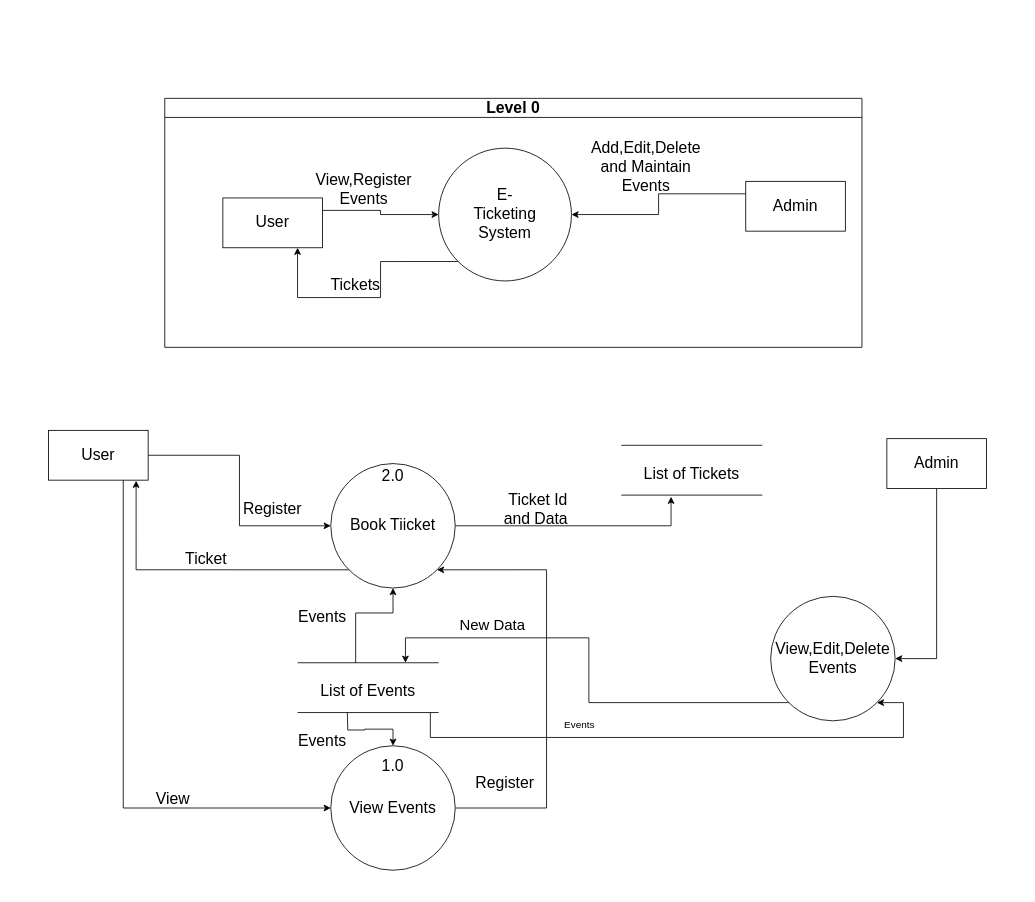
This is swmline.drawio from AyushKrSingh000/Software-Engineering, a draw.io file, before an edit. Source tidied: cells renumbered, new cells numbered last; positions are measured from the earlier drawing's top-left corner, leaving out a move shared by most shapes. Both pictures are drawn from the tidied source at 83%, with x=0, y=0 at pixel (48, 98).
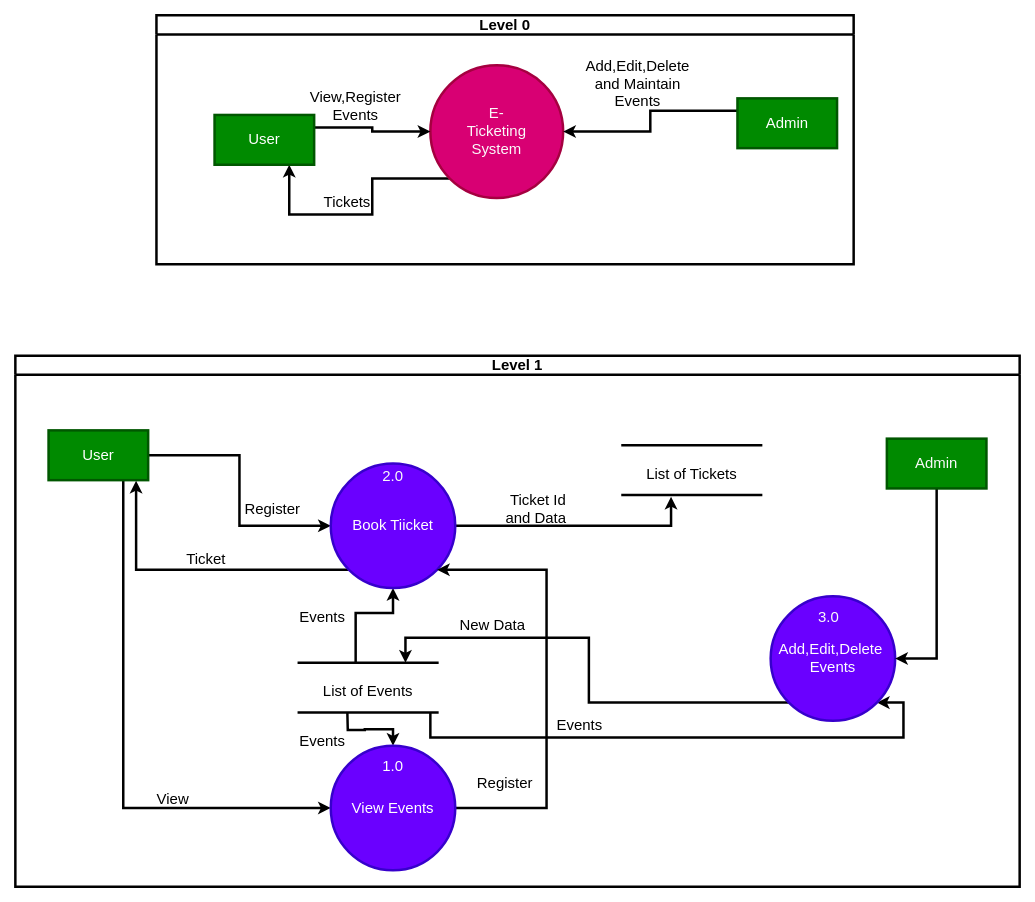
The same diagram, later.

Commit message (it also covers changes not shown here):
final dfd diagram

Change to the diagram source:
```diff
@@
-    <mxCell id="2" style="edgeStyle=orthogonalEdgeStyle;rounded=0;jettySize=auto;html=1;exitX=0;exitY=1;exitDx=0;exitDy=0;entryX=0.75;entryY=1;entryDx=0;entryDy=0;fontSize=19;" parent="1" edge="1" source="3" target="6">
-      <mxGeometry relative="1" as="geometry" />
-    </mxCell>
-    <mxCell id="3" style="ellipse;whiteSpace=wrap;html=1;fontSize=19;" parent="1" vertex="1">
-      <mxGeometry x="470" y="60" width="160" height="160" as="geometry" />
-    </mxCell>
-    <mxCell id="4" value="&lt;font style=&quot;font-size: 19px;&quot;&gt;E-Ticketing System&lt;/font&gt;" style="text;html=1;strokeColor=none;fillColor=none;align=center;verticalAlign=middle;whiteSpace=wrap;rounded=0;fontSize=19;" parent="1" vertex="1">
-      <mxGeometry x="520" y="125" width="60" height="30" as="geometry" />
-    </mxCell>
-    <mxCell id="5" style="edgeStyle=orthogonalEdgeStyle;rounded=0;jettySize=auto;html=1;exitX=1;exitY=0.25;exitDx=0;exitDy=0;entryX=0;entryY=0.5;entryDx=0;entryDy=0;fontSize=19;" parent="1" edge="1" source="6" target="3">
-      <mxGeometry relative="1" as="geometry" />
-    </mxCell>
-    <mxCell id="6" value="User" style="rounded=0;whiteSpace=wrap;html=1;fontSize=19;" parent="1" vertex="1">
-      <mxGeometry x="210" y="120" width="120" height="60" as="geometry" />
-    </mxCell>
-    <mxCell id="7" value="Tickets" style="text;html=1;strokeColor=none;fillColor=none;align=center;verticalAlign=middle;whiteSpace=wrap;rounded=0;fontSize=19;" parent="1" vertex="1">
-      <mxGeometry x="340" y="210" width="60" height="30" as="geometry" />
-    </mxCell>
-    <mxCell id="8" style="edgeStyle=orthogonalEdgeStyle;rounded=0;jettySize=auto;html=1;exitX=0;exitY=0.25;exitDx=0;exitDy=0;entryX=1;entryY=0.5;entryDx=0;entryDy=0;fontSize=19;" parent="1" edge="1" source="10" target="3">
-      <mxGeometry relative="1" as="geometry" />
-    </mxCell>
-    <mxCell id="9" value="Level 0" style="swimlane;whiteSpace=wrap;html=1;fontSize=19;" parent="1" vertex="1">
-      <mxGeometry x="140" width="840" height="300" as="geometry" />
-    </mxCell>
-    <mxCell id="10" value="Admin" style="rounded=0;whiteSpace=wrap;html=1;fontSize=19;" parent="9" vertex="1">
-      <mxGeometry x="700" y="100" width="120" height="60" as="geometry" />
-    </mxCell>
-    <mxCell id="11" value="Add,Edit,Delete and Maintain Events" style="text;html=1;strokeColor=none;fillColor=none;align=center;verticalAlign=middle;whiteSpace=wrap;rounded=0;fontSize=19;" parent="9" vertex="1">
-      <mxGeometry x="530" y="60" width="100" height="45" as="geometry" />
-    </mxCell>
-    <mxCell id="12" value="View,Register Events" style="text;html=1;strokeColor=none;fillColor=none;align=center;verticalAlign=middle;whiteSpace=wrap;rounded=0;fontSize=19;" parent="9" vertex="1">
-      <mxGeometry x="200" y="90" width="80" height="40" as="geometry" />
-    </mxCell>
-    <mxCell id="13" style="edgeStyle=orthogonalEdgeStyle;rounded=0;jettySize=auto;html=1;exitX=1;exitY=0.5;exitDx=0;exitDy=0;entryX=0;entryY=0.5;entryDx=0;entryDy=0;fontSize=19;" parent="1" edge="1" source="15" target="19">
+    <mxCell id="13" style="edgeStyle=orthogonalEdgeStyle;rounded=0;jettySize=auto;html=1;exitX=1;exitY=0.5;exitDx=0;exitDy=0;entryX=0;entryY=0.5;entryDx=0;entryDy=0;fontSize=18;strokeWidth=3;" parent="1" edge="1" source="15" target="19">
       <mxGeometry relative="1" as="geometry" />
     </mxCell>
-    <mxCell id="14" style="edgeStyle=orthogonalEdgeStyle;rounded=0;jettySize=auto;html=1;exitX=0.75;exitY=1;exitDx=0;exitDy=0;entryX=0;entryY=0.5;entryDx=0;entryDy=0;fontSize=19;" parent="1" edge="1" source="15" target="23">
+    <mxCell id="14" style="edgeStyle=orthogonalEdgeStyle;rounded=0;jettySize=auto;html=1;exitX=0.75;exitY=1;exitDx=0;exitDy=0;entryX=0;entryY=0.5;entryDx=0;entryDy=0;fontSize=18;strokeWidth=3;" parent="1" edge="1" source="15" target="23">
       <mxGeometry relative="1" as="geometry" />
     </mxCell>
-    <mxCell id="15" value="User" style="rounded=0;whiteSpace=wrap;html=1;fontSize=19;" parent="1" vertex="1">
+    <mxCell id="15" value="User" style="rounded=0;whiteSpace=wrap;html=1;fontSize=18;fontColor=#ffffff;fillColor=#008a00;strokeColor=#005700;strokeWidth=3;" parent="1" vertex="1">
       <mxGeometry y="400" width="120" height="60" as="geometry" />
     </mxCell>
-    <mxCell id="16" style="edgeStyle=orthogonalEdgeStyle;rounded=0;jettySize=auto;html=1;entryX=0.5;entryY=1;entryDx=0;entryDy=0;fontSize=19;" parent="1" edge="1" target="19">
+    <mxCell id="16" style="edgeStyle=orthogonalEdgeStyle;rounded=0;jettySize=auto;html=1;entryX=0.5;entryY=1;entryDx=0;entryDy=0;fontSize=18;strokeWidth=3;" parent="1" edge="1" target="19">
       <mxGeometry relative="1" as="geometry">
         <mxPoint x="370" y="680" as="sourcePoint" />
         <Array as="points">
           <mxPoint x="370" y="620" />
           <mxPoint x="415" y="620" />
         </Array>
       </mxGeometry>
     </mxCell>
-    <mxCell id="17" style="edgeStyle=orthogonalEdgeStyle;rounded=0;jettySize=auto;html=1;exitX=0;exitY=1;exitDx=0;exitDy=0;entryX=0.879;entryY=1.012;entryDx=0;entryDy=0;entryPerimeter=0;fontSize=19;" parent="1" edge="1" source="19" target="15">
+    <mxCell id="17" style="edgeStyle=orthogonalEdgeStyle;rounded=0;jettySize=auto;html=1;exitX=0;exitY=1;exitDx=0;exitDy=0;entryX=0.879;entryY=1.012;entryDx=0;entryDy=0;entryPerimeter=0;fontSize=18;strokeWidth=3;" parent="1" edge="1" source="19" target="15">
       <mxGeometry relative="1" as="geometry" />
     </mxCell>
-    <mxCell id="18" style="edgeStyle=orthogonalEdgeStyle;rounded=0;jettySize=auto;html=1;exitX=1;exitY=0.5;exitDx=0;exitDy=0;fontSize=19;" parent="1" edge="1" source="19">
+    <mxCell id="18" style="edgeStyle=orthogonalEdgeStyle;rounded=0;jettySize=auto;html=1;exitX=1;exitY=0.5;exitDx=0;exitDy=0;fontSize=18;strokeWidth=3;" parent="1" edge="1" source="19">
       <mxGeometry relative="1" as="geometry">
         <mxPoint x="750" y="480" as="targetPoint" />
         <Array as="points">
           <mxPoint x="750" y="515" />
         </Array>
       </mxGeometry>
     </mxCell>
-    <mxCell id="19" value="&lt;font style=&quot;font-size: 19px;&quot;&gt;Book Tiicket&lt;/font&gt;" style="ellipse;whiteSpace=wrap;html=1;fontSize=19;" parent="1" vertex="1">
+    <mxCell id="19" value="&lt;font style=&quot;font-size: 18px;&quot;&gt;Book Tiicket&lt;/font&gt;" style="ellipse;whiteSpace=wrap;html=1;fontSize=18;fillColor=#6a00ff;fontColor=#ffffff;strokeColor=#3700CC;strokeWidth=3;" parent="1" vertex="1">
       <mxGeometry x="340" y="440" width="150" height="150" as="geometry" />
     </mxCell>
-    <mxCell id="20" value="&lt;font style=&quot;font-size: 19px;&quot;&gt;Register&lt;/font&gt;" style="text;html=1;strokeColor=none;fillColor=none;align=center;verticalAlign=middle;whiteSpace=wrap;rounded=0;fontSize=19;" parent="1" vertex="1">
+    <mxCell id="20" value="&lt;font style=&quot;font-size: 18px;&quot;&gt;Register&lt;/font&gt;" style="text;html=1;strokeColor=none;fillColor=none;align=center;verticalAlign=middle;whiteSpace=wrap;rounded=0;fontSize=18;strokeWidth=3;" parent="1" vertex="1">
       <mxGeometry x="240" y="480" width="60" height="30" as="geometry" />
     </mxCell>
-    <mxCell id="21" style="edgeStyle=orthogonalEdgeStyle;rounded=0;jettySize=auto;html=1;entryX=0.5;entryY=0;entryDx=0;entryDy=0;fontSize=19;" parent="1" edge="1" target="23">
+    <mxCell id="21" style="edgeStyle=orthogonalEdgeStyle;rounded=0;jettySize=auto;html=1;entryX=0.5;entryY=0;entryDx=0;entryDy=0;fontSize=18;strokeWidth=3;" parent="1" edge="1" target="23">
       <mxGeometry relative="1" as="geometry">
         <mxPoint x="360" y="740" as="sourcePoint" />
       </mxGeometry>
     </mxCell>
-    <mxCell id="22" style="edgeStyle=orthogonalEdgeStyle;rounded=0;jettySize=auto;html=1;exitX=1;exitY=0.5;exitDx=0;exitDy=0;fontSize=19;entryX=1;entryY=1;entryDx=0;entryDy=0;" parent="1" edge="1" source="23" target="19">
+    <mxCell id="22" style="edgeStyle=orthogonalEdgeStyle;rounded=0;jettySize=auto;html=1;exitX=1;exitY=0.5;exitDx=0;exitDy=0;fontSize=18;entryX=1;entryY=1;entryDx=0;entryDy=0;strokeWidth=3;" parent="1" edge="1" source="23" target="19">
       <mxGeometry relative="1" as="geometry">
         <Array as="points">
           <mxPoint x="600" y="855" />
           <mxPoint x="600" y="568" />
         </Array>
       </mxGeometry>
     </mxCell>
-    <mxCell id="23" value="&lt;font style=&quot;font-size: 19px;&quot;&gt;View Events&lt;/font&gt;" style="ellipse;whiteSpace=wrap;html=1;fontSize=19;" parent="1" vertex="1">
+    <mxCell id="23" value="&lt;font style=&quot;font-size: 18px;&quot;&gt;View Events&lt;/font&gt;" style="ellipse;whiteSpace=wrap;html=1;fontSize=18;fillColor=#6a00ff;strokeColor=#3700CC;fontColor=#ffffff;strokeWidth=3;" parent="1" vertex="1">
       <mxGeometry x="340" y="780" width="150" height="150" as="geometry" />
     </mxCell>
-    <mxCell id="24" value="&lt;font style=&quot;font-size: 19px;&quot;&gt;View&lt;/font&gt;" style="text;html=1;strokeColor=none;fillColor=none;align=center;verticalAlign=middle;whiteSpace=wrap;rounded=0;fontSize=19;" parent="1" vertex="1">
+    <mxCell id="24" value="&lt;font style=&quot;font-size: 18px;&quot;&gt;View&lt;/font&gt;" style="text;html=1;strokeColor=none;fillColor=none;align=center;verticalAlign=middle;whiteSpace=wrap;rounded=0;fontSize=18;strokeWidth=3;" parent="1" vertex="1">
       <mxGeometry x="120" y="830" width="60" height="30" as="geometry" />
     </mxCell>
-    <mxCell id="25" style="endArrow=none;html=1;rounded=0;fontSize=19;" parent="1" edge="1">
+    <mxCell id="25" style="endArrow=none;html=1;rounded=0;fontSize=18;strokeWidth=3;" parent="1" edge="1">
       <mxGeometry relative="1" as="geometry">
         <mxPoint x="300" y="680" as="sourcePoint" />
         <mxPoint x="470" y="680" as="targetPoint" />
       </mxGeometry>
     </mxCell>
-    <mxCell id="26" style="endArrow=none;html=1;rounded=0;fontSize=19;" parent="1" edge="1">
+    <mxCell id="26" style="endArrow=none;html=1;rounded=0;fontSize=18;strokeWidth=3;" parent="1" edge="1">
       <mxGeometry relative="1" as="geometry">
         <mxPoint x="300" y="740" as="sourcePoint" />
         <mxPoint x="470" y="740" as="targetPoint" />
       </mxGeometry>
     </mxCell>
-    <mxCell id="27" style="edgeStyle=orthogonalEdgeStyle;rounded=0;jettySize=auto;html=1;entryX=1;entryY=1;entryDx=0;entryDy=0;" parent="1" edge="1" target="37">
+    <mxCell id="27" style="edgeStyle=orthogonalEdgeStyle;rounded=0;jettySize=auto;html=1;entryX=1;entryY=1;entryDx=0;entryDy=0;fontSize=18;strokeWidth=3;" parent="1" edge="1" target="37">
       <mxGeometry relative="1" as="geometry">
         <mxPoint x="460" y="740" as="sourcePoint" />
         <Array as="points">
           <mxPoint x="460" y="770" />
           <mxPoint x="1030" y="770" />
           <mxPoint x="1030" y="728" />
         </Array>
       </mxGeometry>
     </mxCell>
-    <mxCell id="28" value="&lt;font style=&quot;font-size: 19px;&quot;&gt;List of Events&lt;/font&gt;" style="text;html=1;strokeColor=none;fillColor=none;align=center;verticalAlign=middle;whiteSpace=wrap;rounded=0;fontSize=19;" parent="1" vertex="1">
+    <mxCell id="28" value="&lt;font style=&quot;font-size: 18px;&quot;&gt;List of Events&lt;/font&gt;" style="text;html=1;strokeColor=none;fillColor=none;align=center;verticalAlign=middle;whiteSpace=wrap;rounded=0;fontSize=18;strokeWidth=3;" parent="1" vertex="1">
       <mxGeometry x="310" y="700" width="150" height="30" as="geometry" />
     </mxCell>
-    <mxCell id="29" value="Ticket" style="text;html=1;strokeColor=none;fillColor=none;align=center;verticalAlign=middle;whiteSpace=wrap;rounded=0;fontSize=19;" parent="1" vertex="1">
+    <mxCell id="29" value="Ticket" style="text;html=1;strokeColor=none;fillColor=none;align=center;verticalAlign=middle;whiteSpace=wrap;rounded=0;fontSize=18;strokeWidth=3;" parent="1" vertex="1">
       <mxGeometry x="160" y="540" width="60" height="30" as="geometry" />
     </mxCell>
-    <mxCell id="30" value="&lt;font style=&quot;font-size: 19px;&quot;&gt;1.0&lt;/font&gt;" style="text;html=1;strokeColor=none;fillColor=none;align=center;verticalAlign=middle;whiteSpace=wrap;rounded=0;fontSize=19;" parent="1" vertex="1">
+    <mxCell id="30" value="&lt;font style=&quot;font-size: 18px;&quot;&gt;1.0&lt;/font&gt;" style="text;html=1;align=center;verticalAlign=middle;whiteSpace=wrap;rounded=0;fontSize=18;labelBackgroundColor=none;fontColor=#FFFFFF;strokeWidth=3;" parent="1" vertex="1">
       <mxGeometry x="385" y="790" width="60" height="30" as="geometry" />
     </mxCell>
-    <mxCell id="31" value="&lt;font style=&quot;font-size: 19px;&quot;&gt;2.0&lt;/font&gt;" style="text;html=1;strokeColor=none;fillColor=none;align=center;verticalAlign=middle;whiteSpace=wrap;rounded=0;fontSize=19;" parent="1" vertex="1">
+    <mxCell id="31" value="&lt;font color=&quot;#fafafa&quot; style=&quot;font-size: 18px;&quot;&gt;2.0&lt;/font&gt;" style="text;html=1;strokeColor=none;fillColor=none;align=center;verticalAlign=middle;whiteSpace=wrap;rounded=0;fontSize=18;strokeWidth=3;" parent="1" vertex="1">
       <mxGeometry x="385" y="440" width="60" height="30" as="geometry" />
     </mxCell>
-    <mxCell id="32" style="endArrow=none;html=1;rounded=0;fontSize=19;" parent="1" edge="1">
+    <mxCell id="32" style="endArrow=none;html=1;rounded=0;fontSize=18;strokeWidth=3;" parent="1" edge="1">
       <mxGeometry relative="1" as="geometry">
         <mxPoint x="690" y="418" as="sourcePoint" />
         <mxPoint x="860" y="418" as="targetPoint" />
       </mxGeometry>
     </mxCell>
-    <mxCell id="33" style="endArrow=none;html=1;rounded=0;fontSize=19;" parent="1" edge="1">
+    <mxCell id="33" style="endArrow=none;html=1;rounded=0;fontSize=18;strokeWidth=3;" parent="1" edge="1">
       <mxGeometry relative="1" as="geometry">
         <mxPoint x="690" y="478" as="sourcePoint" />
         <mxPoint x="860" y="478" as="targetPoint" />
       </mxGeometry>
     </mxCell>
-    <mxCell id="34" value="&lt;font style=&quot;font-size: 19px;&quot;&gt;List of Tickets&lt;/font&gt;" style="text;html=1;strokeColor=none;fillColor=none;align=center;verticalAlign=middle;whiteSpace=wrap;rounded=0;fontSize=19;" parent="1" vertex="1">
+    <mxCell id="34" value="&lt;font style=&quot;font-size: 18px;&quot;&gt;List of Tickets&lt;/font&gt;" style="text;html=1;strokeColor=none;fillColor=none;align=center;verticalAlign=middle;whiteSpace=wrap;rounded=0;fontSize=18;strokeWidth=3;" parent="1" vertex="1">
       <mxGeometry x="700" y="438" width="150" height="30" as="geometry" />
     </mxCell>
-    <mxCell id="35" value="&lt;font style=&quot;font-size: 19px;&quot;&gt;Ticket Id and Data&amp;nbsp;&lt;/font&gt;" style="text;html=1;strokeColor=none;fillColor=none;align=center;verticalAlign=middle;whiteSpace=wrap;rounded=0;fontSize=19;" parent="1" vertex="1">
+    <mxCell id="35" value="&lt;font style=&quot;font-size: 18px;&quot;&gt;Ticket Id and Data&amp;nbsp;&lt;/font&gt;" style="text;html=1;strokeColor=none;fillColor=none;align=center;verticalAlign=middle;whiteSpace=wrap;rounded=0;fontSize=18;strokeWidth=3;" parent="1" vertex="1">
       <mxGeometry x="540" y="480" width="100" height="30" as="geometry" />
     </mxCell>
-    <mxCell id="36" style="edgeStyle=orthogonalEdgeStyle;rounded=0;jettySize=auto;html=1;exitX=0;exitY=1;exitDx=0;exitDy=0;" parent="1" edge="1" source="37">
+    <mxCell id="36" style="edgeStyle=orthogonalEdgeStyle;rounded=0;jettySize=auto;html=1;exitX=0;exitY=1;exitDx=0;exitDy=0;fontSize=18;strokeWidth=3;" parent="1" edge="1" source="37">
       <mxGeometry relative="1" as="geometry">
         <mxPoint x="430" y="680" as="targetPoint" />
         <Array as="points">
           <mxPoint x="651" y="728" />
           <mxPoint x="651" y="650" />
         </Array>
       </mxGeometry>
     </mxCell>
-    <mxCell id="37" value="&lt;font style=&quot;font-size: 19px;&quot;&gt;View,Edit,Delete Events&lt;/font&gt;" style="ellipse;whiteSpace=wrap;html=1;fontSize=19;" parent="1" vertex="1">
+    <mxCell id="37" value="&lt;font style=&quot;font-size: 18px;&quot;&gt;Add,Edit,Delete&amp;nbsp; Events&lt;/font&gt;" style="ellipse;whiteSpace=wrap;html=1;fontSize=18;fillColor=#6a00ff;fontColor=#ffffff;strokeColor=#3700CC;strokeWidth=3;" parent="1" vertex="1">
       <mxGeometry x="870" y="600" width="150" height="150" as="geometry" />
     </mxCell>
-    <mxCell id="38" style="edgeStyle=orthogonalEdgeStyle;rounded=0;jettySize=auto;html=1;exitX=0.5;exitY=1;exitDx=0;exitDy=0;entryX=1;entryY=0.5;entryDx=0;entryDy=0;" parent="1" edge="1" source="39" target="37">
+    <mxCell id="38" style="edgeStyle=orthogonalEdgeStyle;rounded=0;jettySize=auto;html=1;exitX=0.5;exitY=1;exitDx=0;exitDy=0;entryX=1;entryY=0.5;entryDx=0;entryDy=0;fontSize=18;strokeWidth=3;" parent="1" edge="1" source="39" target="37">
       <mxGeometry relative="1" as="geometry" />
     </mxCell>
-    <mxCell id="39" value="&lt;font style=&quot;font-size: 19px;&quot;&gt;Admin&lt;/font&gt;" style="rounded=0;whiteSpace=wrap;html=1;fontSize=19;" parent="1" vertex="1">
+    <mxCell id="39" value="&lt;font style=&quot;font-size: 18px;&quot;&gt;Admin&lt;/font&gt;" style="rounded=0;whiteSpace=wrap;html=1;fontSize=18;labelBackgroundColor=none;fillColor=#008a00;fontColor=#FAFAFA;strokeColor=#005700;strokeWidth=3;" parent="1" vertex="1">
       <mxGeometry x="1010" y="410" width="120" height="60" as="geometry" />
     </mxCell>
-    <mxCell id="40" value="&lt;font style=&quot;font-size: 18px;&quot;&gt;New Data&lt;/font&gt;" style="text;html=1;strokeColor=none;fillColor=none;align=center;verticalAlign=middle;whiteSpace=wrap;rounded=0;" parent="1" vertex="1">
+    <mxCell id="40" value="&lt;font style=&quot;font-size: 18px;&quot;&gt;New Data&lt;/font&gt;" style="text;html=1;strokeColor=none;fillColor=none;align=center;verticalAlign=middle;whiteSpace=wrap;rounded=0;fontSize=18;strokeWidth=3;" parent="1" vertex="1">
       <mxGeometry x="490" y="620" width="90" height="30" as="geometry" />
     </mxCell>
-    <mxCell id="41" value="&lt;font style=&quot;font-size: 19px;&quot;&gt;Register&lt;/font&gt;" style="text;html=1;strokeColor=none;fillColor=none;align=center;verticalAlign=middle;whiteSpace=wrap;rounded=0;fontSize=19;" parent="1" vertex="1">
+    <mxCell id="41" value="&lt;font style=&quot;font-size: 18px;&quot;&gt;Register&lt;/font&gt;" style="text;html=1;strokeColor=none;fillColor=none;align=center;verticalAlign=middle;whiteSpace=wrap;rounded=0;fontSize=18;strokeWidth=3;" parent="1" vertex="1">
       <mxGeometry x="520" y="810" width="60" height="30" as="geometry" />
     </mxCell>
-    <mxCell id="42" value="Events" style="text;html=1;strokeColor=none;fillColor=none;align=center;verticalAlign=middle;whiteSpace=wrap;rounded=0;" parent="1" vertex="1">
+    <mxCell id="42" value="Events" style="text;html=1;strokeColor=none;fillColor=none;align=center;verticalAlign=middle;whiteSpace=wrap;rounded=0;fontSize=18;strokeWidth=3;" parent="1" vertex="1">
       <mxGeometry x="610" y="740" width="60" height="30" as="geometry" />
     </mxCell>
-    <mxCell id="43" value="&lt;font style=&quot;font-size: 19px;&quot;&gt;Events&lt;/font&gt;" style="text;html=1;strokeColor=none;fillColor=none;align=center;verticalAlign=middle;whiteSpace=wrap;rounded=0;fontSize=19;" parent="1" vertex="1">
+    <mxCell id="43" value="&lt;font style=&quot;font-size: 18px;&quot;&gt;Events&lt;/font&gt;" style="text;html=1;strokeColor=none;fillColor=none;align=center;verticalAlign=middle;whiteSpace=wrap;rounded=0;fontSize=18;strokeWidth=3;" parent="1" vertex="1">
       <mxGeometry x="300" y="610" width="60" height="30" as="geometry" />
     </mxCell>
-    <mxCell id="44" value="&lt;font style=&quot;font-size: 19px;&quot;&gt;Events&lt;/font&gt;" style="text;html=1;strokeColor=none;fillColor=none;align=center;verticalAlign=middle;whiteSpace=wrap;rounded=0;fontSize=19;" parent="1" vertex="1">
+    <mxCell id="44" value="&lt;font style=&quot;font-size: 18px;&quot;&gt;Events&lt;/font&gt;" style="text;html=1;strokeColor=none;fillColor=none;align=center;verticalAlign=middle;whiteSpace=wrap;rounded=0;fontSize=18;strokeWidth=3;" parent="1" vertex="1">
       <mxGeometry x="300" y="760" width="60" height="30" as="geometry" />
     </mxCell>
+    <mxCell id="45" value="Level 1" style="swimlane;whiteSpace=wrap;html=1;fontSize=18;strokeWidth=3;" parent="1" vertex="1">
+      <mxGeometry x="-40" y="310" width="1210" height="640" as="geometry" />
+    </mxCell>
+    <mxCell id="46" value="&lt;font color=&quot;#fafafa&quot; style=&quot;font-size: 18px;&quot;&gt;3.0&lt;/font&gt;" style="text;html=1;strokeColor=none;fillColor=none;align=center;verticalAlign=middle;whiteSpace=wrap;rounded=0;fontSize=18;strokeWidth=3;" parent="45" vertex="1">
+      <mxGeometry x="950" y="300" width="60" height="30" as="geometry" />
+    </mxCell>
+    <mxCell id="47" style="edgeStyle=orthogonalEdgeStyle;rounded=0;jettySize=auto;html=1;exitX=0;exitY=1;exitDx=0;exitDy=0;entryX=0.75;entryY=1;entryDx=0;entryDy=0;fontSize=18;strokeWidth=3;" parent="1" edge="1" source="48" target="6">
+      <mxGeometry relative="1" as="geometry" />
+    </mxCell>
+    <mxCell id="48" style="ellipse;whiteSpace=wrap;html=1;fontSize=18;strokeWidth=3;fillColor=#d80073;fontColor=#FFFFFF;strokeColor=#A50040;" parent="1" vertex="1">
+      <mxGeometry x="460" y="-40" width="160" height="160" as="geometry" />
+    </mxCell>
+    <mxCell id="4" value="&lt;font color=&quot;#fafafa&quot; style=&quot;font-size: 18px;&quot;&gt;E-Ticketing System&lt;/font&gt;" style="text;html=1;strokeColor=none;fillColor=none;align=center;verticalAlign=middle;whiteSpace=wrap;rounded=0;fontSize=18;strokeWidth=3;" parent="1" vertex="1">
+      <mxGeometry x="510" y="25" width="60" height="30" as="geometry" />
+    </mxCell>
+    <mxCell id="49" style="edgeStyle=orthogonalEdgeStyle;rounded=0;jettySize=auto;html=1;exitX=1;exitY=0.25;exitDx=0;exitDy=0;entryX=0;entryY=0.5;entryDx=0;entryDy=0;fontSize=18;strokeWidth=3;" parent="1" edge="1" source="6" target="48">
+      <mxGeometry relative="1" as="geometry" />
+    </mxCell>
+    <mxCell id="6" value="User" style="rounded=0;whiteSpace=wrap;html=1;fontSize=18;strokeWidth=3;fillColor=#008a00;fontColor=#ffffff;strokeColor=#005700;" parent="1" vertex="1">
+      <mxGeometry x="200" y="20" width="120" height="60" as="geometry" />
+    </mxCell>
+    <mxCell id="7" value="Tickets" style="text;html=1;strokeColor=none;fillColor=none;align=center;verticalAlign=middle;whiteSpace=wrap;rounded=0;fontSize=18;strokeWidth=3;" parent="1" vertex="1">
+      <mxGeometry x="330" y="110" width="60" height="30" as="geometry" />
+    </mxCell>
+    <mxCell id="50" style="edgeStyle=orthogonalEdgeStyle;rounded=0;jettySize=auto;html=1;exitX=0;exitY=0.25;exitDx=0;exitDy=0;entryX=1;entryY=0.5;entryDx=0;entryDy=0;fontSize=18;strokeWidth=3;" parent="1" edge="1" source="10" target="48">
+      <mxGeometry relative="1" as="geometry" />
+    </mxCell>
+    <mxCell id="9" value="Level 0" style="swimlane;whiteSpace=wrap;html=1;fontSize=18;strokeWidth=3;" parent="1" vertex="1">
+      <mxGeometry x="130" y="-100" width="840" height="300" as="geometry" />
+    </mxCell>
+    <mxCell id="10" value="Admin" style="rounded=0;whiteSpace=wrap;html=1;fontSize=18;strokeWidth=3;fillColor=#008a00;fontColor=#ffffff;strokeColor=#005700;" parent="9" vertex="1">
+      <mxGeometry x="700" y="100" width="120" height="60" as="geometry" />
+    </mxCell>
+    <mxCell id="11" value="Add,Edit,Delete and Maintain Events" style="text;html=1;strokeColor=none;fillColor=none;align=center;verticalAlign=middle;whiteSpace=wrap;rounded=0;fontSize=18;strokeWidth=3;" parent="9" vertex="1">
+      <mxGeometry x="530" y="60" width="100" height="45" as="geometry" />
+    </mxCell>
+    <mxCell id="12" value="View,Register Events" style="text;html=1;strokeColor=none;fillColor=none;align=center;verticalAlign=middle;whiteSpace=wrap;rounded=0;fontSize=18;strokeWidth=3;" parent="9" vertex="1">
+      <mxGeometry x="200" y="90" width="80" height="40" as="geometry" />
+    </mxCell>
```
